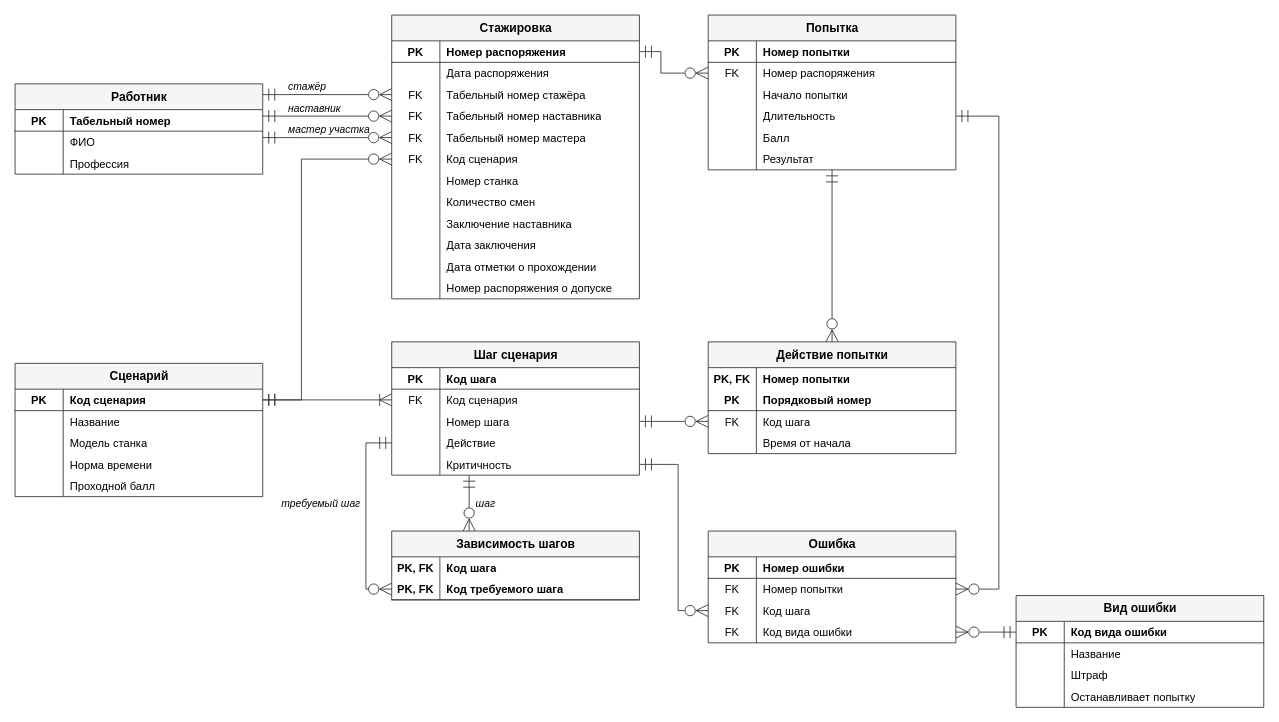
kotel24/ar-trainer keeps this draw.io diagram as models/er_logical.drawio. Above is the earlier version. Source tidied: cells renumbered, new cells numbered last; positions are measured from the earlier drawing's top-left corner, leaving out a move shared by most shapes. Both pictures are drawn from the tidied source at 86%, with x=0, y=0 at pixel (15, 15).
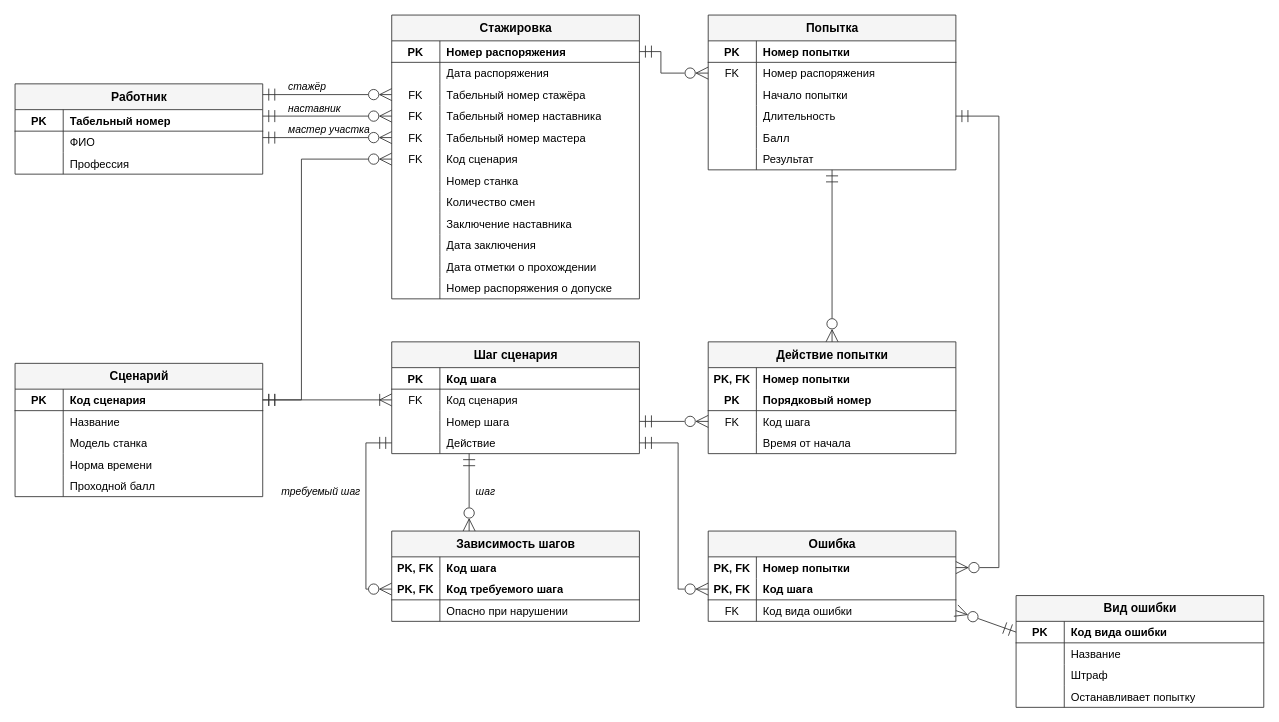
After the change.

Unchanged cells that the change refers to:
```xml
<mxCell id="49" value="Попытка" style="shape=table;startSize=30;childLayout=tableLayout;rowLines=0;fontStyle=1;align=center;html=1;fillColor=#f5f5f5;strokeColor=#333333;fontSize=14;" parent="1" vertex="1">
  <mxGeometry x="806" width="288" height="180" as="geometry" />
</mxCell>
<mxCell id="68" value="Сценарий" style="shape=table;startSize=30;childLayout=tableLayout;rowLines=0;fontStyle=1;align=center;html=1;fillColor=#f5f5f5;strokeColor=#333333;fontSize=14;" parent="1" vertex="1">
  <mxGeometry y="405" width="288" height="155" as="geometry" />
</mxCell>
<mxCell id="100" value="Действие попытки" style="shape=table;startSize=30;childLayout=tableLayout;rowLines=0;fontStyle=1;align=center;html=1;fillColor=#f5f5f5;strokeColor=#333333;fontSize=14;" parent="1" vertex="1">
  <mxGeometry x="806" y="380" width="288" height="130" as="geometry" />
</mxCell>
<mxCell id="127" style="shape=tableRow;horizontal=0;startSize=0;swimlaneHead=0;swimlaneBody=0;fillColor=none;top=0;left=0;right=0;bottom=0;html=1;strokeColor=#333333;" parent="120" vertex="1">
  <mxGeometry y="80" width="288" height="25" as="geometry" />
</mxCell>
<mxCell id="133" value="Вид ошибки" style="shape=table;startSize=30;childLayout=tableLayout;rowLines=0;fontStyle=1;align=center;html=1;fillColor=#f5f5f5;strokeColor=#333333;fontSize=14;" parent="1" vertex="1">
  <mxGeometry x="1164" y="675" width="288" height="130" as="geometry" />
</mxCell>
```

What changed in the source:
```diff
@@
     <mxCell id="84" value="Шаг сценария" style="shape=table;startSize=30;childLayout=tableLayout;rowLines=0;fontStyle=1;align=center;html=1;fillColor=#f5f5f5;strokeColor=#333333;fontSize=14;" parent="1" vertex="1">
-      <mxGeometry x="438" y="380" width="288" height="155" as="geometry" />
+      <mxGeometry x="438" y="380" width="288" height="130" as="geometry" />
     </mxCell>
@@
-    <mxCell id="97" style="shape=tableRow;horizontal=0;startSize=0;swimlaneHead=0;swimlaneBody=0;fillColor=none;top=0;left=0;right=0;bottom=0;html=1;strokeColor=#333333;" parent="84" vertex="1">
-      <mxGeometry y="130" width="288" height="25" as="geometry" />
-    </mxCell>
-    <mxCell id="98" style="shape=partialRectangle;fillColor=none;top=0;left=0;bottom=0;right=0;overflow=hidden;whiteSpace=wrap;html=1;fontSize=13;align=center;spacingLeft=0;fontStyle=0;" parent="97" vertex="1">
-      <mxGeometry width="56" height="25" as="geometry" />
-    </mxCell>
-    <mxCell id="99" value="Критичность" style="shape=partialRectangle;fillColor=none;top=0;left=0;bottom=0;right=0;overflow=hidden;whiteSpace=wrap;html=1;fontSize=13;align=left;spacingLeft=6;fontStyle=0;" parent="97" vertex="1">
-      <mxGeometry x="56" width="232" height="25" as="geometry" />
-    </mxCell>
@@
     <mxCell id="113" value="Зависимость шагов" style="shape=table;startSize=30;childLayout=tableLayout;rowLines=0;fontStyle=1;align=center;html=1;fillColor=#f5f5f5;strokeColor=#333333;fontSize=14;" parent="1" vertex="1">
-      <mxGeometry x="438" y="600" width="288" height="80" as="geometry" />
+      <mxGeometry x="438" y="600" width="288" height="105" as="geometry" />
     </mxCell>
@@
+    <mxCell id="164" style="shape=tableRow;horizontal=0;startSize=0;swimlaneHead=0;swimlaneBody=0;fillColor=none;top=0;left=0;right=0;bottom=0;html=1;strokeColor=#333333;" parent="113" vertex="1">
+      <mxGeometry y="80" width="288" height="25" as="geometry" />
+    </mxCell>
+    <mxCell id="98" style="shape=partialRectangle;fillColor=none;top=0;left=0;bottom=0;right=0;overflow=hidden;whiteSpace=wrap;html=1;fontSize=13;align=center;spacingLeft=0;fontStyle=0;" parent="164" vertex="1">
+      <mxGeometry width="56" height="25" as="geometry" />
+    </mxCell>
+    <mxCell id="165" value="Опасно при нарушении" style="shape=partialRectangle;fillColor=none;top=0;left=0;bottom=0;right=0;overflow=hidden;whiteSpace=wrap;html=1;fontSize=13;align=left;spacingLeft=6;fontStyle=0;" parent="164" vertex="1">
+      <mxGeometry x="56" width="232" height="25" as="geometry" />
+    </mxCell>
     <mxCell id="120" value="Ошибка" style="shape=table;startSize=30;childLayout=tableLayout;rowLines=0;fontStyle=1;align=center;html=1;fillColor=#f5f5f5;strokeColor=#333333;fontSize=14;" parent="1" vertex="1">
-      <mxGeometry x="806" y="600" width="288" height="130" as="geometry" />
+      <mxGeometry x="806" y="600" width="288" height="105" as="geometry" />
     </mxCell>
-    <mxCell id="121" style="shape=tableRow;horizontal=0;startSize=0;swimlaneHead=0;swimlaneBody=0;fillColor=none;top=0;left=0;right=0;bottom=1;html=1;strokeColor=#333333;" parent="120" vertex="1">
+    <mxCell id="121" style="shape=tableRow;horizontal=0;startSize=0;swimlaneHead=0;swimlaneBody=0;fillColor=none;top=0;left=0;right=0;bottom=0;html=1;strokeColor=#333333;" parent="120" vertex="1">
       <mxGeometry y="30" width="288" height="25" as="geometry" />
     </mxCell>
-    <mxCell id="122" value="PK" style="shape=partialRectangle;fillColor=none;top=0;left=0;bottom=0;right=0;overflow=hidden;whiteSpace=wrap;html=1;fontSize=13;align=center;spacingLeft=0;fontStyle=1;" parent="121" vertex="1">
+    <mxCell id="122" value="PK, FK" style="shape=partialRectangle;fillColor=none;top=0;left=0;bottom=0;right=0;overflow=hidden;whiteSpace=wrap;html=1;fontSize=13;align=center;spacingLeft=0;fontStyle=1;" parent="121" vertex="1">
       <mxGeometry width="56" height="25" as="geometry" />
     </mxCell>
-    <mxCell id="123" value="Номер ошибки" style="shape=partialRectangle;fillColor=none;top=0;left=0;bottom=0;right=0;overflow=hidden;whiteSpace=wrap;html=1;fontSize=13;align=left;spacingLeft=6;fontStyle=1;" parent="121" vertex="1">
+    <mxCell id="123" value="Номер попытки" style="shape=partialRectangle;fillColor=none;top=0;left=0;bottom=0;right=0;overflow=hidden;whiteSpace=wrap;html=1;fontSize=13;align=left;spacingLeft=6;fontStyle=1;" parent="121" vertex="1">
       <mxGeometry x="56" width="232" height="25" as="geometry" />
     </mxCell>
-    <mxCell id="124" style="shape=tableRow;horizontal=0;startSize=0;swimlaneHead=0;swimlaneBody=0;fillColor=none;top=0;left=0;right=0;bottom=0;html=1;strokeColor=#333333;" parent="120" vertex="1">
+    <mxCell id="124" style="shape=tableRow;horizontal=0;startSize=0;swimlaneHead=0;swimlaneBody=0;fillColor=none;top=0;left=0;right=0;bottom=1;html=1;strokeColor=#333333;" parent="120" vertex="1">
       <mxGeometry y="55" width="288" height="25" as="geometry" />
     </mxCell>
-    <mxCell id="125" value="FK" style="shape=partialRectangle;fillColor=none;top=0;left=0;bottom=0;right=0;overflow=hidden;whiteSpace=wrap;html=1;fontSize=13;align=center;spacingLeft=0;fontStyle=0;" parent="124" vertex="1">
+    <mxCell id="125" value="PK, FK" style="shape=partialRectangle;fillColor=none;top=0;left=0;bottom=0;right=0;overflow=hidden;whiteSpace=wrap;html=1;fontSize=13;align=center;spacingLeft=0;fontStyle=1;" parent="124" vertex="1">
       <mxGeometry width="56" height="25" as="geometry" />
     </mxCell>
-    <mxCell id="126" value="Номер попытки" style="shape=partialRectangle;fillColor=none;top=0;left=0;bottom=0;right=0;overflow=hidden;whiteSpace=wrap;html=1;fontSize=13;align=left;spacingLeft=6;fontStyle=0;" parent="124" vertex="1">
+    <mxCell id="126" value="Код шага" style="shape=partialRectangle;fillColor=none;top=0;left=0;bottom=0;right=0;overflow=hidden;whiteSpace=wrap;html=1;fontSize=13;align=left;spacingLeft=6;fontStyle=1;" parent="124" vertex="1">
       <mxGeometry x="56" width="232" height="25" as="geometry" />
     </mxCell>
@@
-    <mxCell id="129" value="Код шага" style="shape=partialRectangle;fillColor=none;top=0;left=0;bottom=0;right=0;overflow=hidden;whiteSpace=wrap;html=1;fontSize=13;align=left;spacingLeft=6;fontStyle=0;" parent="127" vertex="1">
+    <mxCell id="129" value="Код вида ошибки" style="shape=partialRectangle;fillColor=none;top=0;left=0;bottom=0;right=0;overflow=hidden;whiteSpace=wrap;html=1;fontSize=13;align=left;spacingLeft=6;fontStyle=0;" parent="127" vertex="1">
       <mxGeometry x="56" width="232" height="25" as="geometry" />
     </mxCell>
-    <mxCell id="130" style="shape=tableRow;horizontal=0;startSize=0;swimlaneHead=0;swimlaneBody=0;fillColor=none;top=0;left=0;right=0;bottom=0;html=1;strokeColor=#333333;" parent="120" vertex="1">
-      <mxGeometry y="105" width="288" height="25" as="geometry" />
-    </mxCell>
-    <mxCell id="131" value="FK" style="shape=partialRectangle;fillColor=none;top=0;left=0;bottom=0;right=0;overflow=hidden;whiteSpace=wrap;html=1;fontSize=13;align=center;spacingLeft=0;fontStyle=0;" parent="130" vertex="1">
-      <mxGeometry width="56" height="25" as="geometry" />
-    </mxCell>
-    <mxCell id="132" value="Код вида ошибки" style="shape=partialRectangle;fillColor=none;top=0;left=0;bottom=0;right=0;overflow=hidden;whiteSpace=wrap;html=1;fontSize=13;align=left;spacingLeft=6;fontStyle=0;" parent="130" vertex="1">
-      <mxGeometry x="56" width="232" height="25" as="geometry" />
-    </mxCell>
@@
-    <mxCell id="153" style="edgeStyle=none;html=1;rounded=0;startArrow=ERmandOne;endArrow=ERoneToMany;startFill=0;endFill=0;startSize=12;endSize=12;strokeColor=#333333;exitX=1.0;exitY=0.2742;exitDx=0;exitDy=0;entryX=0.0;entryY=0.4355;entryDx=0;entryDy=0;" parent="1" edge="1" source="68" target="84">
+    <mxCell id="153" style="edgeStyle=none;html=1;rounded=0;startArrow=ERmandOne;endArrow=ERoneToMany;startFill=0;endFill=0;startSize=12;endSize=12;strokeColor=#333333;exitX=1.0;exitY=0.2742;exitDx=0;exitDy=0;entryX=0.0;entryY=0.5192;entryDx=0;entryDy=0;" parent="1" edge="1" source="68" target="84">
       <mxGeometry relative="1" as="geometry" />
     </mxCell>
@@
-    <mxCell id="156" style="edgeStyle=none;html=1;rounded=0;startArrow=ERmandOne;endArrow=ERzeroToMany;startFill=0;endFill=0;startSize=12;endSize=12;strokeColor=#333333;exitX=1.0;exitY=0.5968;exitDx=0;exitDy=0;entryX=0.0;entryY=0.7115;entryDx=0;entryDy=0;" parent="1" edge="1" source="84" target="100">
+    <mxCell id="156" style="edgeStyle=none;html=1;rounded=0;startArrow=ERmandOne;endArrow=ERzeroToMany;startFill=0;endFill=0;startSize=12;endSize=12;strokeColor=#333333;exitX=1.0;exitY=0.7115;exitDx=0;exitDy=0;entryX=0.0;entryY=0.7115;entryDx=0;entryDy=0;" parent="1" edge="1" source="84" target="100">
       <mxGeometry relative="1" as="geometry" />
     </mxCell>
@@
     <mxCell id="158" value="шаг" style="text;html=1;align=left;verticalAlign=middle;fontSize=12;fontStyle=2;" parent="1" vertex="1">
-      <mxGeometry x="534" y="559.5" width="110" height="16" as="geometry" />
+      <mxGeometry x="534" y="547" width="110" height="16" as="geometry" />
     </mxCell>
-    <mxCell id="159" style="edgeStyle=none;html=1;rounded=0;startArrow=ERmandOne;endArrow=ERzeroToMany;startFill=0;endFill=0;startSize=12;endSize=12;strokeColor=#333333;exitX=0.0;exitY=0.7581;exitDx=0;exitDy=0;entryX=0.0;entryY=0.8438;entryDx=0;entryDy=0;" parent="1" edge="1" source="84" target="113">
+    <mxCell id="159" style="edgeStyle=none;html=1;rounded=0;startArrow=ERmandOne;endArrow=ERzeroToMany;startFill=0;endFill=0;startSize=12;endSize=12;strokeColor=#333333;exitX=0.0;exitY=0.9038;exitDx=0;exitDy=0;entryX=0.0;entryY=0.6429;entryDx=0;entryDy=0;" parent="1" edge="1" source="84" target="113">
       <mxGeometry relative="1" as="geometry">
         <Array as="points">
           <mxPoint x="408" y="497.5" />
           <mxPoint x="408" y="667.5" />
         </Array>
       </mxGeometry>
     </mxCell>
     <mxCell id="160" value="требуемый шаг" style="text;html=1;align=left;verticalAlign=middle;fontSize=12;fontStyle=2;" parent="1" vertex="1">
-      <mxGeometry x="308" y="559.5" width="110" height="16" as="geometry" />
+      <mxGeometry x="308" y="547" width="110" height="16" as="geometry" />
     </mxCell>
-    <mxCell id="161" style="edgeStyle=none;html=1;rounded=0;startArrow=ERmandOne;endArrow=ERzeroToMany;startFill=0;endFill=0;startSize=12;endSize=12;strokeColor=#333333;exitX=1.0;exitY=0.6528;exitDx=0;exitDy=0;entryX=1.0;entryY=0.5192;entryDx=0;entryDy=0;" parent="1" edge="1" source="49" target="120">
+    <mxCell id="161" style="edgeStyle=none;html=1;rounded=0;startArrow=ERmandOne;endArrow=ERzeroToMany;startFill=0;endFill=0;startSize=12;endSize=12;strokeColor=#333333;exitX=1.0;exitY=0.6528;exitDx=0;exitDy=0;entryX=1.0;entryY=0.4048;entryDx=0;entryDy=0;" parent="1" edge="1" source="49" target="120">
       <mxGeometry relative="1" as="geometry">
         <Array as="points">
           <mxPoint x="1144" y="117.5" />
-          <mxPoint x="1144" y="667.5" />
+          <mxPoint x="1144" y="642.5" />
         </Array>
       </mxGeometry>
     </mxCell>
-    <mxCell id="162" style="edgeStyle=none;html=1;rounded=0;startArrow=ERmandOne;endArrow=ERzeroToMany;startFill=0;endFill=0;startSize=12;endSize=12;strokeColor=#333333;exitX=1.0;exitY=0.9194;exitDx=0;exitDy=0;entryX=0.0;entryY=0.7115;entryDx=0;entryDy=0;" parent="1" edge="1" source="84" target="120">
+    <mxCell id="162" style="edgeStyle=none;html=1;rounded=0;startArrow=ERmandOne;endArrow=ERzeroToMany;startFill=0;endFill=0;startSize=12;endSize=12;strokeColor=#333333;exitX=1.0;exitY=0.9038;exitDx=0;exitDy=0;entryX=0.0;entryY=0.6429;entryDx=0;entryDy=0;" parent="1" edge="1" source="84" target="120">
       <mxGeometry relative="1" as="geometry">
         <Array as="points">
-          <mxPoint x="771" y="522.5" />
-          <mxPoint x="771" y="692.5" />
+          <mxPoint x="771" y="497.5" />
+          <mxPoint x="771" y="667.5" />
         </Array>
       </mxGeometry>
     </mxCell>
-    <mxCell id="163" style="edgeStyle=none;html=1;rounded=0;startArrow=ERmandOne;endArrow=ERzeroToMany;startFill=0;endFill=0;startSize=12;endSize=12;strokeColor=#333333;exitX=0.0;exitY=0.3269;exitDx=0;exitDy=0;entryX=1.0;entryY=0.9038;entryDx=0;entryDy=0;" parent="1" edge="1" source="133" target="120">
+    <mxCell id="163" style="edgeStyle=none;html=1;rounded=0;startArrow=ERmandOne;endArrow=ERzeroToMany;startFill=0;endFill=0;startSize=12;endSize=12;strokeColor=#333333;exitX=0.0;exitY=0.3269;exitDx=0;exitDy=0;entryX=1.0;entryY=0.881;entryDx=0;entryDy=0;" parent="1" edge="1" source="133" target="120">
       <mxGeometry relative="1" as="geometry" />
     </mxCell>
```
